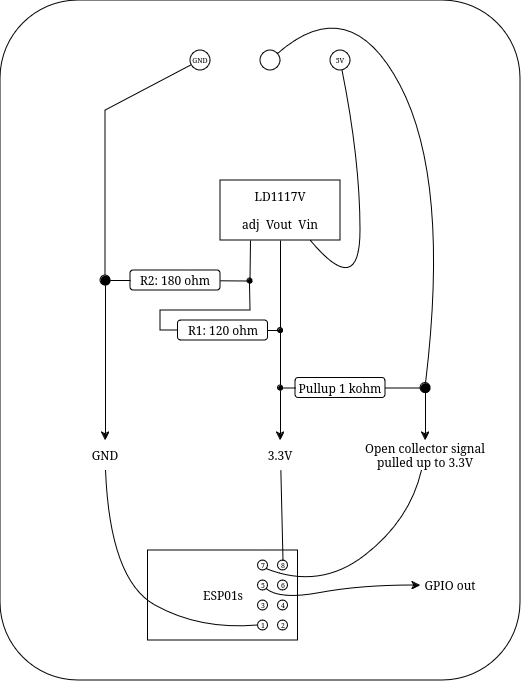
y94anden/han-port keeps this draw.io diagram as han-port-schematics.drawio.png. Above is the earlier version. Source tidied: cells renumbered, new cells last; positions are measured from the earlier drawing's top-left corner, leaving out a move shared by most shapes. Source of this version:
```xml
<mxGraphModel>
  <root>
    <mxCell id="0" />
    <mxCell id="1" parent="0" />
    <mxCell id="2" style="rounded=1;whiteSpace=wrap;html=1;" parent="1" vertex="1">
      <mxGeometry y="10" width="520" height="680" as="geometry" />
    </mxCell>
    <mxCell id="3" value="&lt;div&gt;LD1117V&lt;br&gt;&lt;br&gt;&lt;/div&gt;&lt;div&gt;adj&amp;nbsp; Vout&amp;nbsp; Vin&lt;br&gt;&lt;/div&gt;" style="rounded=0;whiteSpace=wrap;html=1;" parent="1" vertex="1">
      <mxGeometry x="220" y="190" width="120" height="60" as="geometry" />
    </mxCell>
    <mxCell id="4" value="Pullup 1 kohm" style="rounded=1;whiteSpace=wrap;html=1;" parent="1" vertex="1">
      <mxGeometry x="295" y="387.5" width="90" height="20" as="geometry" />
    </mxCell>
    <mxCell id="5" value="R2: 180 ohm" style="rounded=1;whiteSpace=wrap;html=1;" parent="1" vertex="1">
      <mxGeometry x="130" y="280" width="90" height="20" as="geometry" />
    </mxCell>
    <mxCell id="6" value="&lt;div&gt;R1: 120 ohm&lt;/div&gt;" style="rounded=1;whiteSpace=wrap;html=1;" parent="1" vertex="1">
      <mxGeometry x="177.5" y="330" width="90" height="20" as="geometry" />
    </mxCell>
    <mxCell id="7" style="endArrow=none;startArrow=none;html=1;rounded=0;startFill=0;endFill=0;" parent="1" edge="1" source="28" target="26">
      <mxGeometry relative="1" as="geometry" />
    </mxCell>
    <mxCell id="8" style="endArrow=classic;html=1;rounded=0;" parent="1" edge="1" source="28" target="20">
      <mxGeometry relative="1" as="geometry" />
    </mxCell>
    <mxCell id="9" style="endArrow=classic;html=1;rounded=0;" parent="1" edge="1" source="31" target="21">
      <mxGeometry relative="1" as="geometry" />
    </mxCell>
    <mxCell id="10" value="GND" style="ellipse;whiteSpace=wrap;html=1;fontSize=7;" parent="1" vertex="1">
      <mxGeometry x="190" y="60" width="20" height="20" as="geometry" />
    </mxCell>
    <mxCell id="11" style="ellipse;whiteSpace=wrap;html=1;" parent="1" vertex="1">
      <mxGeometry x="260" y="60" width="20" height="20" as="geometry" />
    </mxCell>
    <mxCell id="12" value="5V" style="ellipse;whiteSpace=wrap;html=1;fontSize=7;" parent="1" vertex="1">
      <mxGeometry x="330" y="60" width="20" height="20" as="geometry" />
    </mxCell>
    <mxCell id="13" style="endArrow=none;startArrow=none;html=1;rounded=0;entryX=0.5;entryY=1;entryDx=0;entryDy=0;startFill=0;endFill=0;" parent="1" edge="1" source="26" target="3">
      <mxGeometry relative="1" as="geometry" />
    </mxCell>
    <mxCell id="14" style="endArrow=none;startArrow=none;html=1;rounded=0;startFill=0;endFill=0;" parent="1" edge="1" source="23" target="10">
      <mxGeometry relative="1" as="geometry">
        <Array as="points">
          <mxPoint x="105" y="120" />
        </Array>
      </mxGeometry>
    </mxCell>
    <mxCell id="15" style="endArrow=classic;html=1;rounded=0;" parent="1" edge="1" source="23" target="19">
      <mxGeometry relative="1" as="geometry" />
    </mxCell>
    <mxCell id="16" style="endArrow=none;startArrow=none;html=1;rounded=0;entryX=0.25;entryY=1;entryDx=0;entryDy=0;startFill=0;endFill=0;" parent="1" edge="1" source="24" target="3">
      <mxGeometry relative="1" as="geometry" />
    </mxCell>
    <mxCell id="17" style="endArrow=none;startArrow=none;html=1;rounded=0;startFill=0;endFill=0;" parent="1" edge="1" source="24" target="6">
      <mxGeometry relative="1" as="geometry">
        <Array as="points">
          <mxPoint x="250" y="320" />
          <mxPoint x="190" y="320" />
          <mxPoint x="160" y="320" />
          <mxPoint x="160" y="340" />
        </Array>
      </mxGeometry>
    </mxCell>
    <mxCell id="18" style="curved=1;endArrow=none;html=1;rounded=0;endFill=0;" parent="1" edge="1" source="11" target="31">
      <mxGeometry relative="1" as="geometry">
        <Array as="points">
          <mxPoint x="350" />
          <mxPoint x="450" y="190" />
        </Array>
      </mxGeometry>
    </mxCell>
    <mxCell id="19" value="&lt;div&gt;GND&lt;/div&gt;" style="text;html=1;align=center;verticalAlign=middle;whiteSpace=wrap;rounded=0;" parent="1" vertex="1">
      <mxGeometry x="75" y="450" width="60" height="30" as="geometry" />
    </mxCell>
    <mxCell id="20" value="3.3V" style="text;html=1;align=center;verticalAlign=middle;whiteSpace=wrap;rounded=0;" parent="1" vertex="1">
      <mxGeometry x="250" y="450" width="60" height="30" as="geometry" />
    </mxCell>
    <mxCell id="21" value="Open collector signal pulled up to 3.3V" style="text;html=1;align=center;verticalAlign=middle;whiteSpace=wrap;rounded=0;" parent="1" vertex="1">
      <mxGeometry x="350" y="450" width="150" height="30" as="geometry" />
    </mxCell>
    <mxCell id="22" style="endArrow=none;html=1;rounded=0;" parent="1" edge="1" source="5" target="23">
      <mxGeometry relative="1" as="geometry" />
    </mxCell>
    <mxCell id="23" style="ellipse;whiteSpace=wrap;html=1;fillColor=#000000;" parent="1" vertex="1">
      <mxGeometry x="100" y="285" width="10" height="10" as="geometry" />
    </mxCell>
    <mxCell id="24" style="ellipse;whiteSpace=wrap;html=1;fillColor=#000000;" parent="1" vertex="1">
      <mxGeometry x="247" y="288" width="5" height="5" as="geometry" />
    </mxCell>
    <mxCell id="25" style="endArrow=none;html=1;rounded=0;" parent="1" edge="1" source="24" target="5">
      <mxGeometry relative="1" as="geometry" />
    </mxCell>
    <mxCell id="26" style="ellipse;whiteSpace=wrap;html=1;fillColor=#000000;" parent="1" vertex="1">
      <mxGeometry x="277.5" y="337.5" width="5" height="5" as="geometry" />
    </mxCell>
    <mxCell id="27" style="endArrow=none;html=1;rounded=0;" parent="1" edge="1" source="6" target="26">
      <mxGeometry relative="1" as="geometry" />
    </mxCell>
    <mxCell id="28" style="ellipse;whiteSpace=wrap;html=1;fillColor=#000000;" parent="1" vertex="1">
      <mxGeometry x="277.5" y="395" width="5" height="5" as="geometry" />
    </mxCell>
    <mxCell id="29" style="endArrow=none;html=1;rounded=0;" parent="1" edge="1" source="28" target="4">
      <mxGeometry relative="1" as="geometry" />
    </mxCell>
    <mxCell id="30" style="curved=1;endArrow=none;html=1;rounded=0;entryX=0.75;entryY=1;entryDx=0;entryDy=0;endFill=0;" parent="1" edge="1" source="12" target="3">
      <mxGeometry relative="1" as="geometry">
        <Array as="points">
          <mxPoint x="360" y="170" />
          <mxPoint x="360" y="310" />
        </Array>
      </mxGeometry>
    </mxCell>
    <mxCell id="31" style="ellipse;whiteSpace=wrap;html=1;fillColor=#000000;" parent="1" vertex="1">
      <mxGeometry x="420" y="392.5" width="10" height="10" as="geometry" />
    </mxCell>
    <mxCell id="32" style="endArrow=none;html=1;rounded=0;" parent="1" edge="1" source="4" target="31">
      <mxGeometry relative="1" as="geometry" />
    </mxCell>
    <mxCell id="33" style="group;" parent="1" vertex="1">
      <mxGeometry x="147.5" y="560" width="150" height="90" as="geometry" />
    </mxCell>
    <mxCell id="34" value="ESP01s" style="rounded=0;whiteSpace=wrap;html=1;" parent="33" vertex="1">
      <mxGeometry width="150" height="90" as="geometry" />
    </mxCell>
    <mxCell id="35" value="7" style="ellipse;whiteSpace=wrap;html=1;fontSize=7;" parent="33" vertex="1">
      <mxGeometry x="110" y="10" width="10" height="10" as="geometry" />
    </mxCell>
    <mxCell id="36" value="8" style="ellipse;whiteSpace=wrap;html=1;fontSize=7;" parent="33" vertex="1">
      <mxGeometry x="130" y="10" width="10" height="10" as="geometry" />
    </mxCell>
    <mxCell id="37" value="5" style="ellipse;whiteSpace=wrap;html=1;fontSize=7;" parent="33" vertex="1">
      <mxGeometry x="110" y="30" width="10" height="10" as="geometry" />
    </mxCell>
    <mxCell id="38" value="6" style="ellipse;whiteSpace=wrap;html=1;fontSize=7;" parent="33" vertex="1">
      <mxGeometry x="130" y="30" width="10" height="10" as="geometry" />
    </mxCell>
    <mxCell id="39" value="3" style="ellipse;whiteSpace=wrap;html=1;fontSize=7;" parent="33" vertex="1">
      <mxGeometry x="110" y="50" width="10" height="10" as="geometry" />
    </mxCell>
    <mxCell id="40" value="4" style="ellipse;whiteSpace=wrap;html=1;fontSize=7;" parent="33" vertex="1">
      <mxGeometry x="130" y="50" width="10" height="10" as="geometry" />
    </mxCell>
    <mxCell id="41" value="1" style="ellipse;whiteSpace=wrap;html=1;fontSize=7;" parent="33" vertex="1">
      <mxGeometry x="110" y="70" width="10" height="10" as="geometry" />
    </mxCell>
    <mxCell id="42" value="2" style="ellipse;whiteSpace=wrap;html=1;fontSize=7;" parent="33" vertex="1">
      <mxGeometry x="130" y="70" width="10" height="10" as="geometry" />
    </mxCell>
    <mxCell id="43" style="endArrow=none;html=1;rounded=0;exitX=0.5;exitY=0;exitDx=0;exitDy=0;" parent="1" edge="1" source="36" target="20">
      <mxGeometry relative="1" as="geometry" />
    </mxCell>
    <mxCell id="44" style="curved=1;endArrow=none;html=1;rounded=0;exitX=1;exitY=1;exitDx=0;exitDy=0;endFill=0;" parent="1" edge="1" source="35" target="21">
      <mxGeometry relative="1" as="geometry">
        <Array as="points">
          <mxPoint x="320" y="600" />
          <mxPoint x="410" y="530" />
        </Array>
      </mxGeometry>
    </mxCell>
    <mxCell id="45" style="curved=1;endArrow=none;html=1;rounded=0;entryX=0;entryY=0.5;entryDx=0;entryDy=0;endFill=0;" parent="1" edge="1" source="19" target="41">
      <mxGeometry relative="1" as="geometry">
        <Array as="points">
          <mxPoint x="110" y="590" />
          <mxPoint x="200" y="640" />
        </Array>
      </mxGeometry>
    </mxCell>
    <mxCell id="46" style="curved=1;endArrow=classic;html=1;rounded=0;exitX=1;exitY=1;exitDx=0;exitDy=0;endFill=1;" parent="1" edge="1" source="37" target="47">
      <mxGeometry relative="1" as="geometry">
        <Array as="points">
          <mxPoint x="280" y="610" />
          <mxPoint x="360" y="595" />
        </Array>
      </mxGeometry>
    </mxCell>
    <mxCell id="47" value="GPIO out" style="text;html=1;align=center;verticalAlign=middle;whiteSpace=wrap;rounded=0;" parent="1" vertex="1">
      <mxGeometry x="420" y="580" width="60" height="30" as="geometry" />
    </mxCell>
  </root>
</mxGraphModel>
```
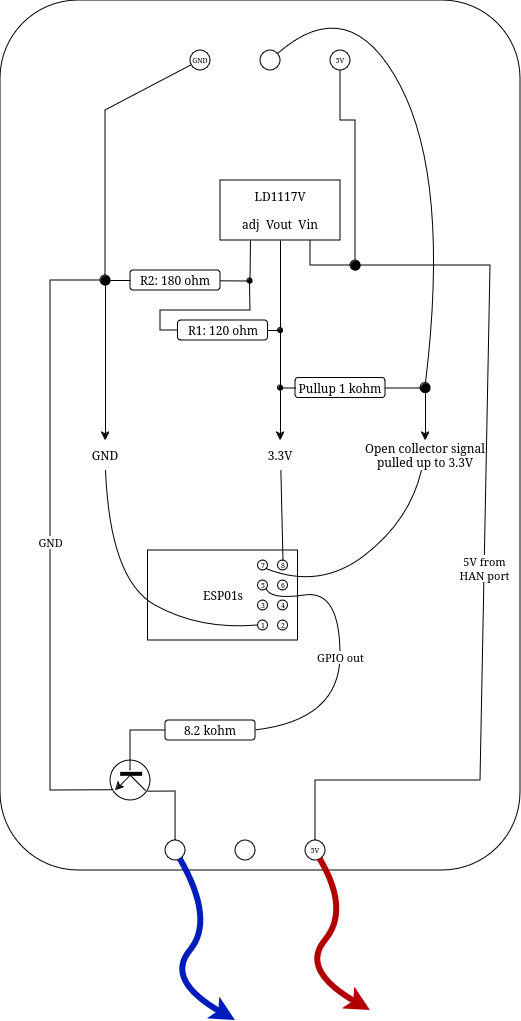
After the commit.

Commit message:
Added transistor output for solid state relay

What changed in the source:
```diff
@@ -3,7 +3,7 @@
     <mxCell id="0" />
     <mxCell id="1" parent="0" />
     <mxCell id="2" style="rounded=1;whiteSpace=wrap;html=1;" parent="1" vertex="1">
-      <mxGeometry y="10" width="520" height="680" as="geometry" />
+      <mxGeometry y="10" width="520" height="870" as="geometry" />
     </mxCell>
     <mxCell id="3" value="&lt;div&gt;LD1117V&lt;br&gt;&lt;br&gt;&lt;/div&gt;&lt;div&gt;adj&amp;nbsp; Vout&amp;nbsp; Vin&lt;br&gt;&lt;/div&gt;" style="rounded=0;whiteSpace=wrap;html=1;" parent="1" vertex="1">
       <mxGeometry x="220" y="190" width="120" height="60" as="geometry" />
@@ -102,14 +102,6 @@
     <mxCell id="29" style="endArrow=none;html=1;rounded=0;" parent="1" edge="1" source="28" target="4">
       <mxGeometry relative="1" as="geometry" />
     </mxCell>
-    <mxCell id="30" style="curved=1;endArrow=none;html=1;rounded=0;entryX=0.75;entryY=1;entryDx=0;entryDy=0;endFill=0;" parent="1" edge="1" source="12" target="3">
-      <mxGeometry relative="1" as="geometry">
-        <Array as="points">
-          <mxPoint x="360" y="170" />
-          <mxPoint x="360" y="310" />
-        </Array>
-      </mxGeometry>
-    </mxCell>
     <mxCell id="31" style="ellipse;whiteSpace=wrap;html=1;fillColor=#000000;" parent="1" vertex="1">
       <mxGeometry x="420" y="392.5" width="10" height="10" as="geometry" />
     </mxCell>
@@ -165,16 +157,121 @@
         </Array>
       </mxGeometry>
     </mxCell>
-    <mxCell id="46" style="curved=1;endArrow=classic;html=1;rounded=0;exitX=1;exitY=1;exitDx=0;exitDy=0;endFill=1;" parent="1" edge="1" source="37" target="47">
+    <mxCell id="46" value="GPIO out" style="curved=1;endArrow=none;html=1;rounded=0;exitX=1;exitY=1;exitDx=0;exitDy=0;endFill=0;entryX=1;entryY=0.5;entryDx=0;entryDy=0;" parent="1" edge="1" source="37" target="51">
       <mxGeometry relative="1" as="geometry">
         <Array as="points">
-          <mxPoint x="280" y="610" />
-          <mxPoint x="360" y="595" />
+          <mxPoint x="270" y="610" />
+          <mxPoint x="340" y="600" />
+          <mxPoint x="340" y="730" />
         </Array>
       </mxGeometry>
     </mxCell>
-    <mxCell id="47" value="GPIO out" style="text;html=1;align=center;verticalAlign=middle;whiteSpace=wrap;rounded=0;" parent="1" vertex="1">
-      <mxGeometry x="420" y="580" width="60" height="30" as="geometry" />
-    </mxCell>
+    <mxCell id="48" style="ellipse;whiteSpace=wrap;html=1;fontSize=7;" parent="1" vertex="1">
+      <mxGeometry x="165" y="850" width="20" height="20" as="geometry" />
+    </mxCell>
+    <mxCell id="49" style="ellipse;whiteSpace=wrap;html=1;" parent="1" vertex="1">
+      <mxGeometry x="235" y="850" width="20" height="20" as="geometry" />
+    </mxCell>
+    <mxCell id="50" value="5V" style="ellipse;whiteSpace=wrap;html=1;fontSize=7;" parent="1" vertex="1">
+      <mxGeometry x="305" y="850" width="20" height="20" as="geometry" />
+    </mxCell>
+    <mxCell id="51" value="&lt;div&gt;8.2 kohm&lt;/div&gt;" style="rounded=1;whiteSpace=wrap;html=1;" parent="1" vertex="1">
+      <mxGeometry x="165" y="730" width="90" height="20" as="geometry" />
+    </mxCell>
+    <mxCell id="52" style="group;" parent="1" vertex="1">
+      <mxGeometry x="110" y="770" width="40" height="40" as="geometry" />
+    </mxCell>
+    <mxCell id="53" style="ellipse;whiteSpace=wrap;html=1;" parent="52" vertex="1">
+      <mxGeometry width="40" height="40" as="geometry" />
+    </mxCell>
+    <mxCell id="54" style="group;" parent="52" vertex="1">
+      <mxGeometry x="5" y="13.3" width="30" height="16.7" as="geometry" />
+    </mxCell>
+    <mxCell id="55" style="endArrow=none;html=1;rounded=0;strokeWidth=4;" parent="54" edge="1">
+      <mxGeometry relative="1" as="geometry">
+        <mxPoint x="26.7" as="sourcePoint" />
+        <mxPoint x="4.7" as="targetPoint" />
+      </mxGeometry>
+    </mxCell>
+    <mxCell id="56" style="endArrow=none;html=1;rounded=0;" parent="54" edge="1">
+      <mxGeometry relative="1" as="geometry">
+        <mxPoint x="14.7" y="1.3" as="sourcePoint" />
+        <mxPoint x="30" y="16.7" as="targetPoint" />
+      </mxGeometry>
+    </mxCell>
+    <mxCell id="57" style="endArrow=classic;html=1;rounded=0;" parent="54" edge="1">
+      <mxGeometry relative="1" as="geometry">
+        <mxPoint x="14.7" y="1.3" as="sourcePoint" />
+        <mxPoint y="16.7" as="targetPoint" />
+      </mxGeometry>
+    </mxCell>
+    <mxCell id="58" style="endArrow=none;html=1;rounded=0;entryX=0.929;entryY=0.779;entryDx=0;entryDy=0;entryPerimeter=0;" parent="1" edge="1" source="48" target="53">
+      <mxGeometry relative="1" as="geometry">
+        <Array as="points">
+          <mxPoint x="175" y="801" />
+        </Array>
+      </mxGeometry>
+    </mxCell>
+    <mxCell id="59" style="endArrow=none;html=1;rounded=0;entryX=0;entryY=0.5;entryDx=0;entryDy=0;" parent="1" edge="1" target="51">
+      <mxGeometry relative="1" as="geometry">
+        <mxPoint x="130" y="780" as="sourcePoint" />
+        <Array as="points">
+          <mxPoint x="130" y="740" />
+        </Array>
+      </mxGeometry>
+    </mxCell>
+    <mxCell id="60" value="GND" style="endArrow=none;html=1;rounded=0;exitX=0.05;exitY=0.743;exitDx=0;exitDy=0;exitPerimeter=0;" parent="1" edge="1" source="53" target="23">
+      <mxGeometry relative="1" as="geometry">
+        <Array as="points">
+          <mxPoint x="50" y="800" />
+          <mxPoint x="50" y="290" />
+        </Array>
+      </mxGeometry>
+    </mxCell>
+    <mxCell id="61" style="ellipse;whiteSpace=wrap;html=1;fillColor=#000000;" parent="1" vertex="1">
+      <mxGeometry x="350" y="270" width="10" height="10" as="geometry" />
+    </mxCell>
+    <mxCell id="62" style="endArrow=none;html=1;rounded=0;" parent="1" edge="1" source="12" target="61">
+      <mxGeometry relative="1" as="geometry">
+        <Array as="points">
+          <mxPoint x="340" y="130" />
+          <mxPoint x="355" y="130" />
+        </Array>
+      </mxGeometry>
+    </mxCell>
+    <mxCell id="63" style="endArrow=none;html=1;rounded=0;entryX=0.75;entryY=1;entryDx=0;entryDy=0;" parent="1" edge="1" source="61" target="3">
+      <mxGeometry relative="1" as="geometry">
+        <Array as="points">
+          <mxPoint x="310" y="275" />
+        </Array>
+      </mxGeometry>
+    </mxCell>
+    <mxCell id="64" value="&lt;div&gt;5V from&lt;/div&gt;&lt;div&gt;HAN port&lt;br&gt;&lt;/div&gt;" style="endArrow=none;html=1;rounded=0;" parent="1" edge="1" source="50" target="61">
+      <mxGeometry relative="1" as="geometry">
+        <Array as="points">
+          <mxPoint x="315" y="790" />
+          <mxPoint x="480" y="790" />
+          <mxPoint x="490" y="275" />
+        </Array>
+      </mxGeometry>
+    </mxCell>
+    <mxCell id="65" style="curved=1;endArrow=classic;html=1;rounded=0;strokeWidth=6;fillColor=#e51400;strokeColor=#B20000;" parent="1" edge="1" source="50">
+      <mxGeometry relative="1" as="geometry">
+        <mxPoint x="370" y="1020" as="targetPoint" />
+        <Array as="points">
+          <mxPoint x="350" y="920" />
+          <mxPoint x="300" y="980" />
+        </Array>
+      </mxGeometry>
+    </mxCell>
+    <mxCell id="66" style="curved=1;endArrow=classic;html=1;rounded=0;strokeWidth=6;fillColor=#0050ef;strokeColor=#001DBC;" parent="1" edge="1" source="48">
+      <mxGeometry relative="1" as="geometry">
+        <mxPoint x="235" y="1030" as="targetPoint" />
+        <Array as="points">
+          <mxPoint x="215" y="930" />
+          <mxPoint x="165" y="990" />
+        </Array>
+      </mxGeometry>
+    </mxCell>
   </root>
 </mxGraphModel>
```
